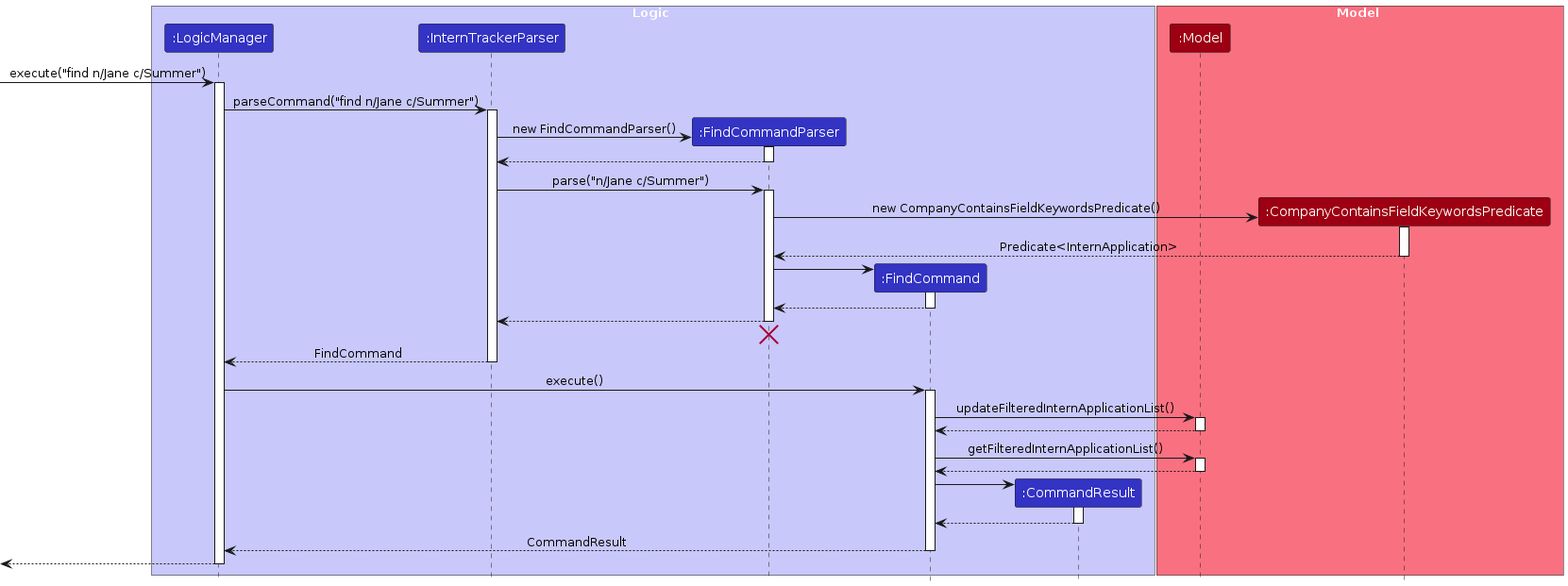
Before: diagrams/FindCommandSequenceDiagram.png, a diagram exported from PlantUML (AprupKale/tp). Its source is kept beside it as diagrams/FindCommandSequenceDiagram.puml.
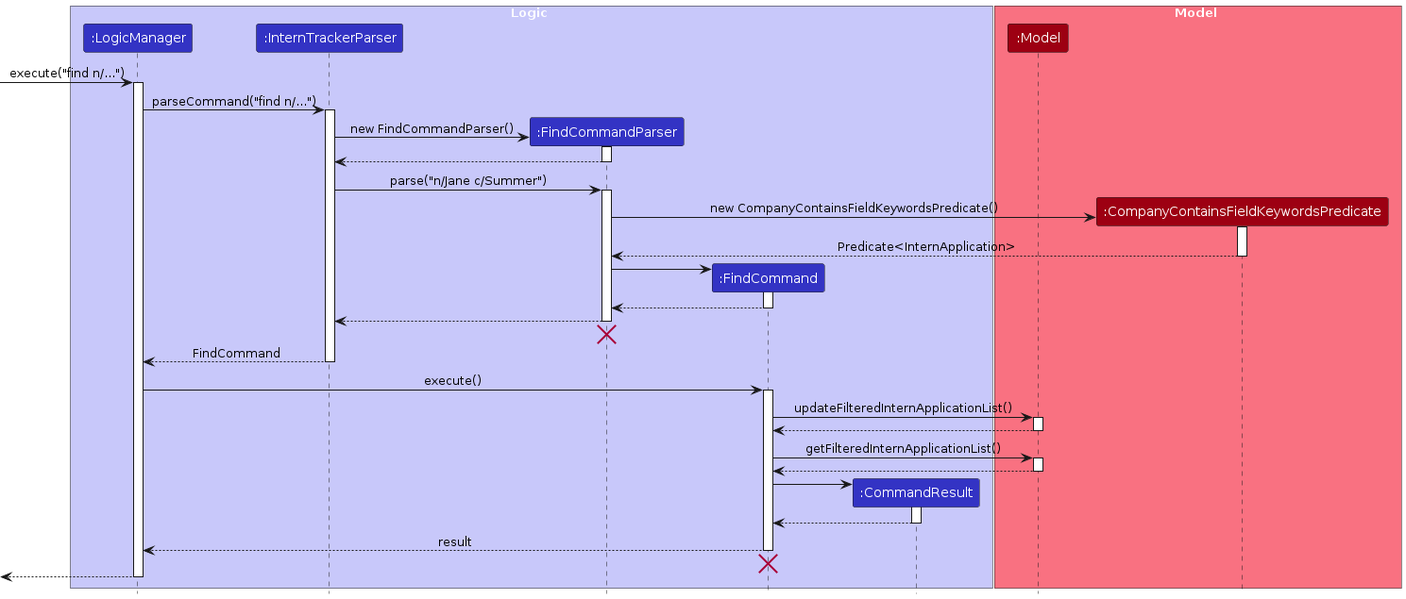
The same file after the commit.

Change to the diagram source:
```diff
@@ -15,10 +15,10 @@
 participant ":CompanyContainsFieldKeywordsPredicate" as CompanyContainsFieldKeywordsPredicate MODEL_COLOR
 end box
 
-[-> LogicManager : execute("find n/Jane c/Summer")
+[-> LogicManager : execute("find n/...")
 activate LogicManager
 
-LogicManager -> InternTrackerParser : parseCommand("find n/Jane c/Summer")
+LogicManager -> InternTrackerParser : parseCommand("find n/...")
 activate InternTrackerParser
 
 create FindCommandParser
@@ -75,8 +75,10 @@
 CommandResult --> FindCommand
 deactivate CommandResult
 
-FindCommand --> LogicManager : CommandResult
+FindCommand --> LogicManager : result
 deactivate FindCommand
+FindCommand -[hidden]-> LogicManager
+destroy FindCommand
 
 [<--LogicManager
 deactivate LogicManager
```
